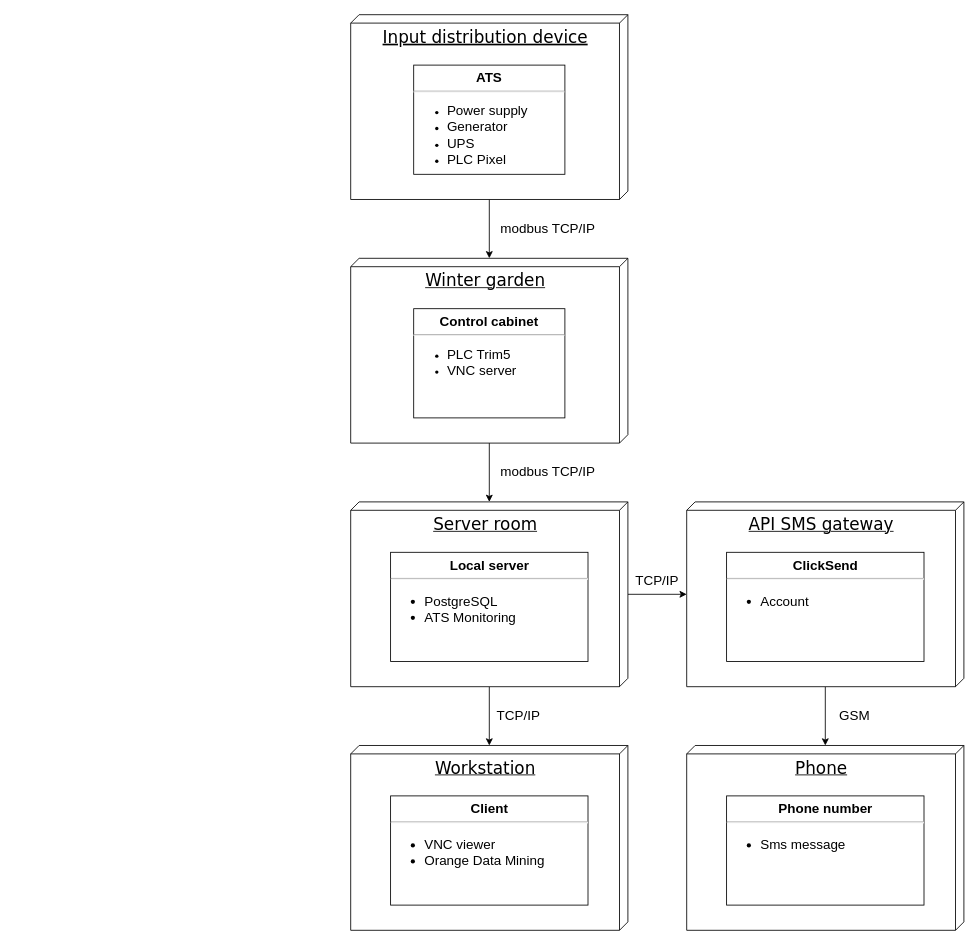
The draw.io diagram diagram ats-monitoring.drawio.xml in stepanov-denis/ats-monitoring, before the edit. Source tidied: cells renumbered, new cells numbered last; positions are measured from the earlier drawing's top-left corner, leaving out a move shared by most shapes. Both pictures are drawn from the tidied source at 84%, with x=0, y=0 at pixel (350, 14).
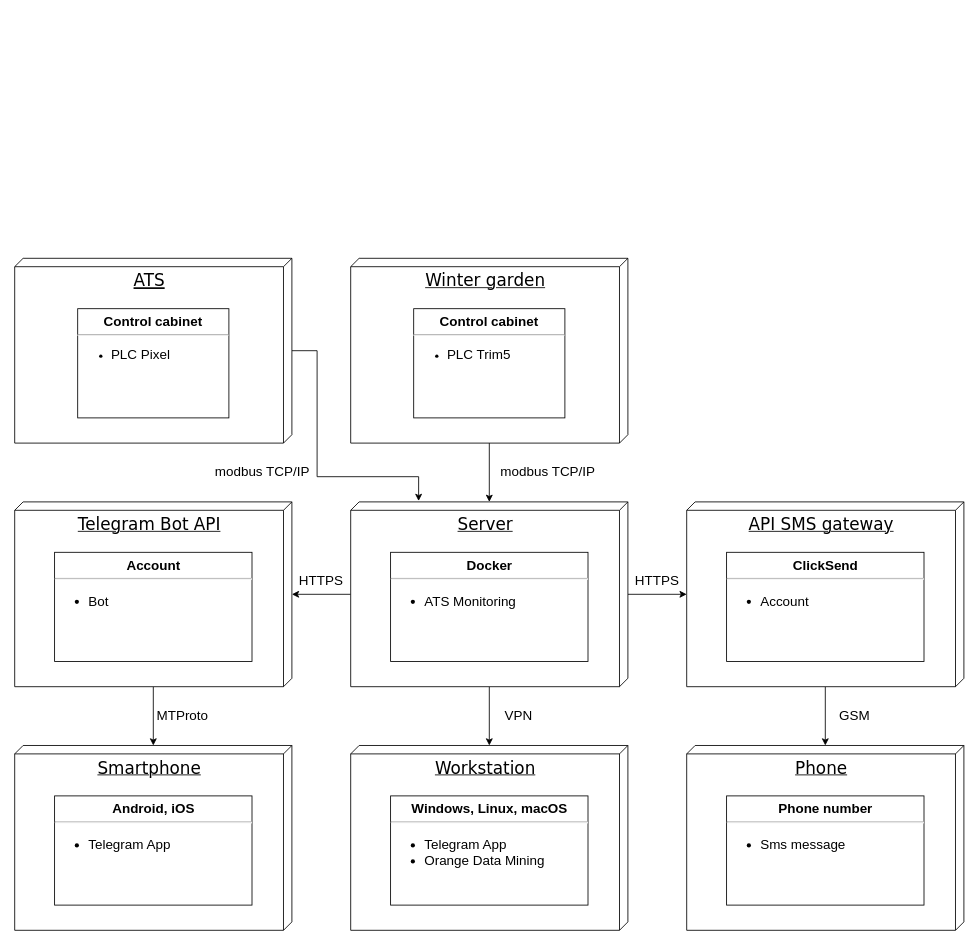
The same page after the edit.

Unchanged cells that the change refers to:
```xml
<mxCell id="6" value="&lt;div align=&quot;center&quot;&gt;&lt;font style=&quot;font-size: 20px&quot;&gt;Winter garden&lt;/font&gt;&lt;/div&gt;" style="verticalAlign=top;align=center;spacingTop=8;spacingLeft=2;spacingRight=12;shape=cube;size=10;direction=south;fontStyle=4;html=1;rounded=0;shadow=0;comic=0;labelBackgroundColor=none;strokeWidth=1;fontFamily=Verdana;fontSize=12;" parent="1" vertex="1">
  <mxGeometry y="290" width="330" height="220" as="geometry" />
</mxCell>
```

Diff of the diagram source:
```diff
@@
-    <mxCell id="2" style="edgeStyle=orthogonalEdgeStyle;rounded=0;jettySize=auto;html=1;fontSize=16;" parent="1" edge="1" source="3" target="6">
-      <mxGeometry relative="1" as="geometry" />
+    <mxCell id="2" style="edgeStyle=orthogonalEdgeStyle;rounded=0;jettySize=auto;html=1;fontSize=16;entryX=-0.005;entryY=0.755;entryDx=0;entryDy=0;entryPerimeter=0;" parent="1" edge="1" source="3" target="11">
+      <mxGeometry relative="1" as="geometry">
+        <Array as="points">
+          <mxPoint x="-40" y="400" />
+          <mxPoint x="-40" y="550" />
+          <mxPoint x="81" y="550" />
+        </Array>
+      </mxGeometry>
     </mxCell>
-    <mxCell id="3" value="&lt;div style=&quot;font-size: 20px&quot; align=&quot;center&quot;&gt;&lt;font style=&quot;font-size: 20px&quot;&gt;Input distribution device&lt;/font&gt;&lt;/div&gt;" style="verticalAlign=top;align=center;spacingTop=8;spacingLeft=2;spacingRight=12;shape=cube;size=10;direction=south;fontStyle=4;html=1;rounded=0;shadow=0;comic=0;labelBackgroundColor=none;strokeWidth=1;fontFamily=Verdana;fontSize=12;" parent="1" vertex="1">
-      <mxGeometry width="330" height="220" as="geometry" />
+    <mxCell id="3" value="&lt;div style=&quot;font-size: 20px&quot; align=&quot;center&quot;&gt;&lt;font style=&quot;font-size: 20px&quot;&gt;ATS&lt;/font&gt;&lt;/div&gt;" style="verticalAlign=top;align=center;spacingTop=8;spacingLeft=2;spacingRight=12;shape=cube;size=10;direction=south;fontStyle=4;html=1;rounded=0;shadow=0;comic=0;labelBackgroundColor=none;strokeWidth=1;fontFamily=Verdana;fontSize=12;" parent="1" vertex="1">
+      <mxGeometry x="-400" y="290" width="330" height="220" as="geometry" />
     </mxCell>
-    <mxCell id="4" value="&lt;p style=&quot;margin: 6px 0px 0px&quot; align=&quot;center&quot;&gt;&lt;b&gt;&lt;font size=&quot;1&quot;&gt;&lt;span style=&quot;font-size: 16px&quot;&gt;ATS&lt;/span&gt;&lt;/font&gt;&lt;/b&gt;&lt;/p&gt;&lt;hr align=&quot;left&quot;&gt;&lt;div align=&quot;left&quot;&gt;&lt;ul&gt;&lt;li&gt;&lt;font style=&quot;font-size: 16px&quot;&gt;Power supply&lt;/font&gt;&lt;/li&gt;&lt;li&gt;&lt;font style=&quot;font-size: 16px&quot;&gt;Generator&lt;/font&gt;&lt;/li&gt;&lt;li&gt;&lt;font style=&quot;font-size: 16px&quot;&gt;UPS&lt;/font&gt;&lt;/li&gt;&lt;li&gt;&lt;font style=&quot;font-size: 16px&quot;&gt;PLC Pixel&lt;/font&gt;&lt;/li&gt;&lt;/ul&gt;&lt;/div&gt;" style="align=left;overflow=fill;html=1;" parent="1" vertex="1">
-      <mxGeometry x="75" y="60" width="180" height="130" as="geometry" />
+    <mxCell id="4" value="&lt;p style=&quot;margin: 6px 0px 0px&quot; align=&quot;center&quot;&gt;&lt;span style=&quot;font-size: 16px;&quot;&gt;&lt;b&gt;Control cabinet&lt;/b&gt;&lt;/span&gt;&lt;/p&gt;&lt;hr align=&quot;left&quot;&gt;&lt;div align=&quot;left&quot;&gt;&lt;ul&gt;&lt;li&gt;&lt;font style=&quot;font-size: 16px&quot;&gt;PLC Pixel&lt;/font&gt;&lt;/li&gt;&lt;/ul&gt;&lt;/div&gt;" style="align=left;overflow=fill;html=1;" parent="1" vertex="1">
+      <mxGeometry x="-325" y="350" width="180" height="130" as="geometry" />
     </mxCell>
@@
-    <mxCell id="7" value="&lt;p style=&quot;margin: 0px ; margin-top: 6px ; text-align: center&quot;&gt;&lt;b&gt;&lt;font style=&quot;font-size: 16px&quot;&gt;Control cabinet&lt;/font&gt;&lt;/b&gt;&lt;br&gt;&lt;/p&gt;&lt;hr&gt;&lt;div align=&quot;left&quot;&gt;&lt;ul&gt;&lt;li&gt;&lt;font style=&quot;font-size: 16px&quot;&gt;PLC Trim5&lt;/font&gt;&lt;/li&gt;&lt;li&gt;&lt;font style=&quot;font-size: 16px&quot;&gt;VNC server&lt;br&gt;&lt;/font&gt;&lt;/li&gt;&lt;/ul&gt;&lt;/div&gt;" style="align=left;overflow=fill;html=1;" parent="1" vertex="1">
+    <mxCell id="7" value="&lt;p style=&quot;margin: 0px ; margin-top: 6px ; text-align: center&quot;&gt;&lt;b&gt;&lt;font style=&quot;font-size: 16px&quot;&gt;Control cabinet&lt;/font&gt;&lt;/b&gt;&lt;br&gt;&lt;/p&gt;&lt;hr&gt;&lt;div align=&quot;left&quot;&gt;&lt;ul&gt;&lt;li&gt;&lt;font style=&quot;font-size: 16px&quot;&gt;PLC Trim5&lt;/font&gt;&lt;/li&gt;&lt;/ul&gt;&lt;/div&gt;" style="align=left;overflow=fill;html=1;" parent="1" vertex="1">
       <mxGeometry x="75" y="350" width="180" height="130" as="geometry" />
     </mxCell>
     <mxCell id="8" value="modbus TCP/IP" style="text;align=center;fontStyle=0;verticalAlign=middle;spacingLeft=3;spacingRight=3;strokeColor=none;fontSize=16;" parent="1" vertex="1">
-      <mxGeometry x="170" y="240" width="130" height="26" as="geometry" />
+      <mxGeometry x="-170" y="530" width="130" height="26" as="geometry" />
     </mxCell>
@@
+    <mxCell id="24" style="edgeStyle=orthogonalEdgeStyle;rounded=0;jettySize=auto;html=1;" parent="1" edge="1" source="11" target="26">
+      <mxGeometry relative="1" as="geometry" />
+    </mxCell>
-    <mxCell id="11" value="&lt;font style=&quot;font-size: 20px&quot;&gt;Server room&lt;/font&gt;" style="verticalAlign=top;align=center;spacingTop=8;spacingLeft=2;spacingRight=12;shape=cube;size=10;direction=south;fontStyle=4;html=1;rounded=0;shadow=0;comic=0;labelBackgroundColor=none;strokeWidth=1;fontFamily=Verdana;fontSize=12;" parent="1" vertex="1">
+    <mxCell id="11" value="&lt;font style=&quot;font-size: 20px&quot;&gt;Server&lt;/font&gt;" style="verticalAlign=top;align=center;spacingTop=8;spacingLeft=2;spacingRight=12;shape=cube;size=10;direction=south;fontStyle=4;html=1;rounded=0;shadow=0;comic=0;labelBackgroundColor=none;strokeWidth=1;fontFamily=Verdana;fontSize=12;" parent="1" vertex="1">
       <mxGeometry y="580" width="330" height="220" as="geometry" />
     </mxCell>
-    <mxCell id="12" value="&lt;p style=&quot;margin: 0px ; margin-top: 6px ; text-align: center&quot;&gt;&lt;b&gt;&lt;font size=&quot;1&quot;&gt;&lt;span style=&quot;font-size: 16px&quot;&gt;Local server&lt;br&gt;&lt;/span&gt;&lt;/font&gt;&lt;/b&gt;&lt;/p&gt;&lt;hr&gt;&lt;ul style=&quot;font-size: 16px&quot;&gt;&lt;li&gt;&lt;font style=&quot;font-size: 16px&quot;&gt;PostgreSQL&lt;br&gt;&lt;/font&gt;&lt;/li&gt;&lt;li&gt;ATS Monitoring&lt;br&gt;&lt;/li&gt;&lt;/ul&gt;" style="align=left;overflow=fill;html=1;" parent="1" vertex="1">
+    <mxCell id="12" value="&lt;p style=&quot;margin: 0px ; margin-top: 6px ; text-align: center&quot;&gt;&lt;b&gt;&lt;font size=&quot;1&quot;&gt;&lt;span style=&quot;font-size: 16px&quot;&gt;Docker&lt;/span&gt;&lt;/font&gt;&lt;/b&gt;&lt;/p&gt;&lt;hr&gt;&lt;ul style=&quot;font-size: 16px&quot;&gt;&lt;li&gt;ATS Monitoring&lt;/li&gt;&lt;/ul&gt;" style="align=left;overflow=fill;html=1;" parent="1" vertex="1">
       <mxGeometry x="47.5" y="640" width="235" height="130" as="geometry" />
     </mxCell>
@@
-    <mxCell id="15" value="&lt;p style=&quot;margin: 0px ; margin-top: 6px ; text-align: center&quot;&gt;&lt;b&gt;&lt;font size=&quot;1&quot;&gt;&lt;span style=&quot;font-size: 16px&quot;&gt;Client&lt;br&gt;&lt;/span&gt;&lt;/font&gt;&lt;/b&gt;&lt;/p&gt;&lt;hr&gt;&lt;ul style=&quot;font-size: 16px&quot;&gt;&lt;li&gt;&lt;font style=&quot;font-size: 16px&quot;&gt;VNC viewer&lt;br&gt;&lt;/font&gt;&lt;/li&gt;&lt;li&gt;Orange Data Mining&lt;br&gt;&lt;/li&gt;&lt;/ul&gt;" style="align=left;overflow=fill;html=1;" parent="1" vertex="1">
+    <mxCell id="15" value="&lt;p style=&quot;margin: 0px ; margin-top: 6px ; text-align: center&quot;&gt;&lt;b&gt;&lt;font size=&quot;1&quot;&gt;&lt;span style=&quot;font-size: 16px&quot;&gt;Windows, Linux, macOS&lt;/span&gt;&lt;/font&gt;&lt;/b&gt;&lt;/p&gt;&lt;hr&gt;&lt;ul style=&quot;font-size: 16px&quot;&gt;&lt;li&gt;&lt;font style=&quot;font-size: 16px&quot;&gt;Telegram App&lt;/font&gt;&lt;/li&gt;&lt;li&gt;Orange Data Mining&lt;br&gt;&lt;/li&gt;&lt;/ul&gt;" style="align=left;overflow=fill;html=1;" parent="1" vertex="1">
       <mxGeometry x="47.5" y="930" width="235" height="130" as="geometry" />
     </mxCell>
-    <mxCell id="16" value="TCP/IP" style="text;align=center;fontStyle=0;verticalAlign=middle;spacingLeft=3;spacingRight=3;strokeColor=none;fontSize=16;" parent="1" vertex="1">
+    <mxCell id="16" value="VPN" style="text;align=center;fontStyle=0;verticalAlign=middle;spacingLeft=3;spacingRight=3;strokeColor=none;fontSize=16;" parent="1" vertex="1">
       <mxGeometry x="170" y="820" width="60" height="26" as="geometry" />
     </mxCell>
@@
-    <mxCell id="22" value="TCP/IP" style="text;align=center;fontStyle=0;verticalAlign=middle;spacingLeft=3;spacingRight=3;strokeColor=none;fontSize=16;" parent="1" vertex="1">
+    <mxCell id="22" value="HTTPS" style="text;align=center;fontStyle=0;verticalAlign=middle;spacingLeft=3;spacingRight=3;strokeColor=none;fontSize=16;" parent="1" vertex="1">
       <mxGeometry x="330" y="660" width="70" height="26" as="geometry" />
     </mxCell>
@@
+    <mxCell id="25" style="edgeStyle=orthogonalEdgeStyle;rounded=0;jettySize=auto;html=1;" parent="1" edge="1" source="26" target="29">
+      <mxGeometry relative="1" as="geometry" />
+    </mxCell>
+    <mxCell id="26" value="&lt;span style=&quot;font-size: 20px;&quot;&gt;Telegram Bot API&lt;/span&gt;" style="verticalAlign=top;align=center;spacingTop=8;spacingLeft=2;spacingRight=12;shape=cube;size=10;direction=south;fontStyle=4;html=1;rounded=0;shadow=0;comic=0;labelBackgroundColor=none;strokeWidth=1;fontFamily=Verdana;fontSize=12;" parent="1" vertex="1">
+      <mxGeometry x="-400" y="580" width="330" height="220" as="geometry" />
+    </mxCell>
+    <mxCell id="27" value="&lt;p style=&quot;margin: 0px ; margin-top: 6px ; text-align: center&quot;&gt;&lt;b&gt;&lt;font size=&quot;1&quot;&gt;&lt;span style=&quot;font-size: 16px&quot;&gt;Account&lt;/span&gt;&lt;/font&gt;&lt;/b&gt;&lt;/p&gt;&lt;hr&gt;&lt;ul style=&quot;font-size: 16px&quot;&gt;&lt;li&gt;&lt;font style=&quot;font-size: 16px&quot;&gt;Bot&lt;/font&gt;&lt;/li&gt;&lt;/ul&gt;" style="align=left;overflow=fill;html=1;" parent="1" vertex="1">
+      <mxGeometry x="-352.5" y="640" width="235" height="130" as="geometry" />
+    </mxCell>
+    <mxCell id="28" value="HTTPS" style="text;align=center;fontStyle=0;verticalAlign=middle;spacingLeft=3;spacingRight=3;strokeColor=none;fontSize=16;" parent="1" vertex="1">
+      <mxGeometry x="-70" y="660" width="70" height="26" as="geometry" />
+    </mxCell>
+    <mxCell id="29" value="&lt;span style=&quot;font-size: 20px;&quot;&gt;Smartphone&lt;/span&gt;" style="verticalAlign=top;align=center;spacingTop=8;spacingLeft=2;spacingRight=12;shape=cube;size=10;direction=south;fontStyle=4;html=1;rounded=0;shadow=0;comic=0;labelBackgroundColor=none;strokeWidth=1;fontFamily=Verdana;fontSize=12;" parent="1" vertex="1">
+      <mxGeometry x="-400" y="870" width="330" height="220" as="geometry" />
+    </mxCell>
+    <mxCell id="30" value="&lt;p style=&quot;margin: 0px ; margin-top: 6px ; text-align: center&quot;&gt;&lt;b&gt;&lt;font size=&quot;1&quot;&gt;&lt;span style=&quot;font-size: 16px&quot;&gt;Android, iOS&lt;/span&gt;&lt;/font&gt;&lt;/b&gt;&lt;/p&gt;&lt;hr&gt;&lt;ul style=&quot;font-size: 16px&quot;&gt;&lt;li&gt;Telegram App&lt;/li&gt;&lt;/ul&gt;" style="align=left;overflow=fill;html=1;" parent="1" vertex="1">
+      <mxGeometry x="-352.5" y="930" width="235" height="130" as="geometry" />
+    </mxCell>
+    <mxCell id="31" value="MTProto" style="text;align=center;fontStyle=0;verticalAlign=middle;spacingLeft=3;spacingRight=3;strokeColor=none;fontSize=16;" parent="1" vertex="1">
+      <mxGeometry x="-230" y="820" width="60" height="26" as="geometry" />
+    </mxCell>
```
